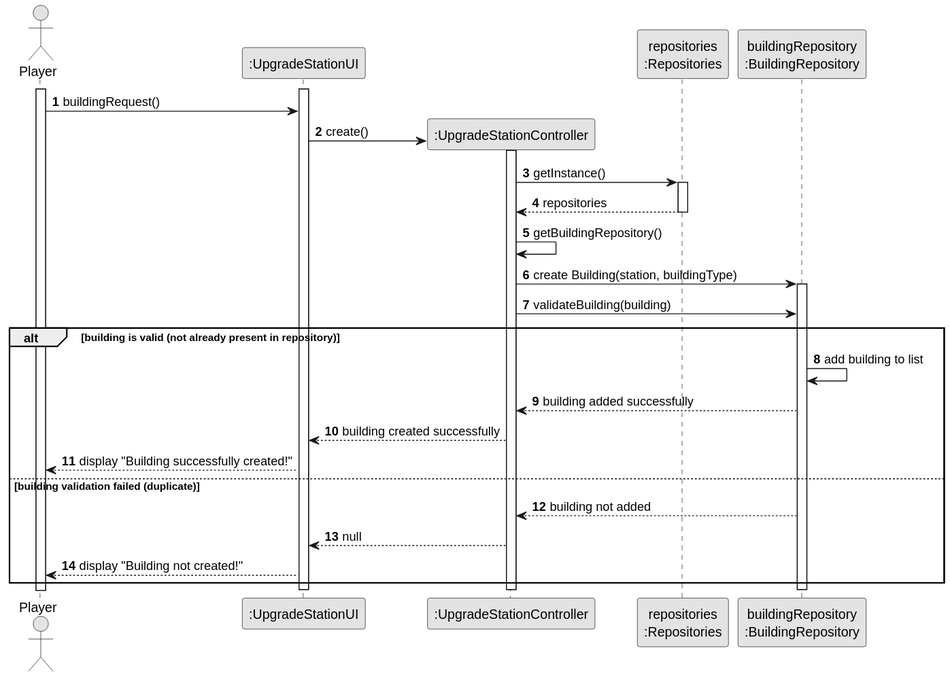
This is docs/system-documentation/US006/03.design/svg/US006-SD-applyAndSuccess.svg from goncalolopesp/sem2-pi-24.25-g093-repo, a PlantUML export, as it was before one commit.
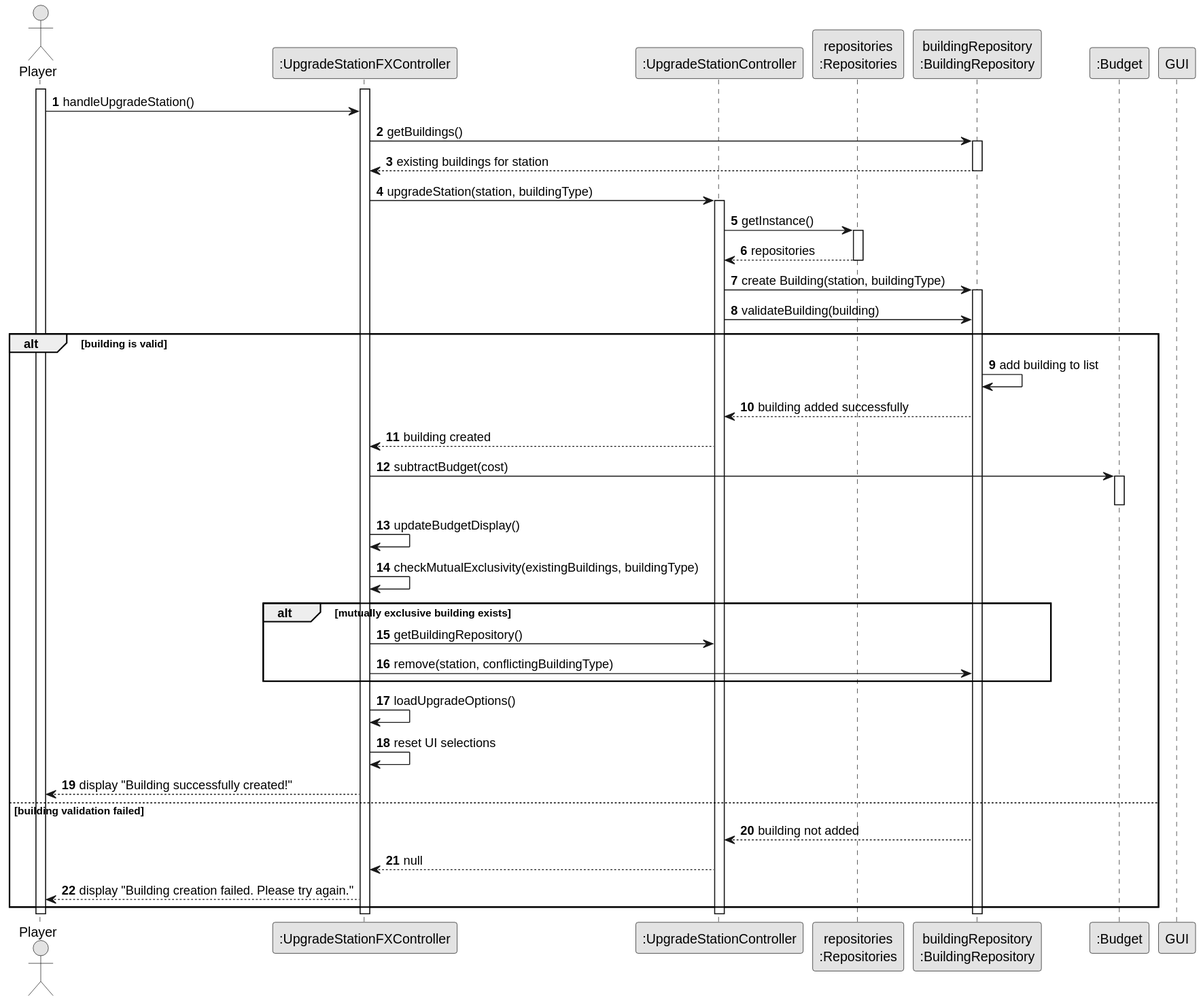
After the change.

Diff of the diagram source:
```diff
@@ -6,44 +6,64 @@
 autonumber
 
 actor "Player" as Player
-participant ":UpgradeStationUI" as UpgradeStationUI
-participant ":UpgradeStationController" as UpgradeStationController
+participant ":UpgradeStationFXController" as Controller
+participant ":UpgradeStationController" as UpgradeController
 participant "repositories\n:Repositories" as Repo
 participant "buildingRepository\n:BuildingRepository" as BuildingRepository
+participant ":Budget" as Budget
 
 activate Player
-activate UpgradeStationUI
+activate Controller
 
-Player -> UpgradeStationUI : buildingRequest()
-create UpgradeStationController
-UpgradeStationUI -> UpgradeStationController  : create()
-activate UpgradeStationController
-UpgradeStationController -> Repo : getInstance()
+Player -> Controller : handleUpgradeStation()
+
+Controller -> BuildingRepository : getBuildings()
+activate BuildingRepository
+BuildingRepository --> Controller : existing buildings for station
+deactivate BuildingRepository
+
+Controller -> UpgradeController : upgradeStation(station, buildingType)
+activate UpgradeController
+
+UpgradeController -> Repo : getInstance()
 activate Repo
-Repo --> UpgradeStationController : repositories
+Repo --> UpgradeController : repositories
 deactivate Repo
 
-UpgradeStationController -> UpgradeStationController : getBuildingRepository()
+UpgradeController -> BuildingRepository : create Building(station, buildingType)
+activate BuildingRepository
+UpgradeController -> BuildingRepository : validateBuilding(building)
 
-UpgradeStationController -> BuildingRepository : create Building(station, buildingType)
-activate BuildingRepository
-UpgradeStationController -> BuildingRepository : validateBuilding(building)
+alt building is valid
+    BuildingRepository -> BuildingRepository : add building to list
+    BuildingRepository --> UpgradeController : building added successfully
+    UpgradeController --> Controller : building created
 
-alt building is valid (not already present in repository)
-    BuildingRepository -> BuildingRepository : add building to list
-    BuildingRepository --> UpgradeStationController : building added successfully
+    Controller -> Budget : subtractBudget(cost)
+    activate Budget
+    deactivate Budget
 
-    UpgradeStationController --> UpgradeStationUI : building created successfully
-    UpgradeStationUI --> Player : display "Building successfully created!"
+    Controller -> Controller : updateBudgetDisplay()
+    Controller -> Controller : checkMutualExclusivity(existingBuildings, buildingType)
 
-else building validation failed (duplicate)
-    BuildingRepository --> UpgradeStationController : building not added
+    alt mutually exclusive building exists
+        Controller -> UpgradeController : getBuildingRepository()
+        Controller -> BuildingRepository : remove(station, conflictingBuildingType)
+    end
 
-    UpgradeStationController --> UpgradeStationUI : null
-    UpgradeStationUI --> Player : display "Building not created!"
+    Controller -> Controller : loadUpgradeOptions()
+    Controller -> Controller : reset UI selections
+    Controller --> Player : display "Building successfully created!"
+
+else building validation failed
+    BuildingRepository --> UpgradeController : building not added
+    UpgradeController --> Controller : null
+    Controller --> Player : display "Building creation failed. Please try again."
 end
 
 deactivate BuildingRepository
-deactivate UpgradeStationController
-deactivate UpgradeStationUI
+deactivate UpgradeController
+deactivate Controller
+deactivate GUI
+deactivate Player
 @enduml
```
